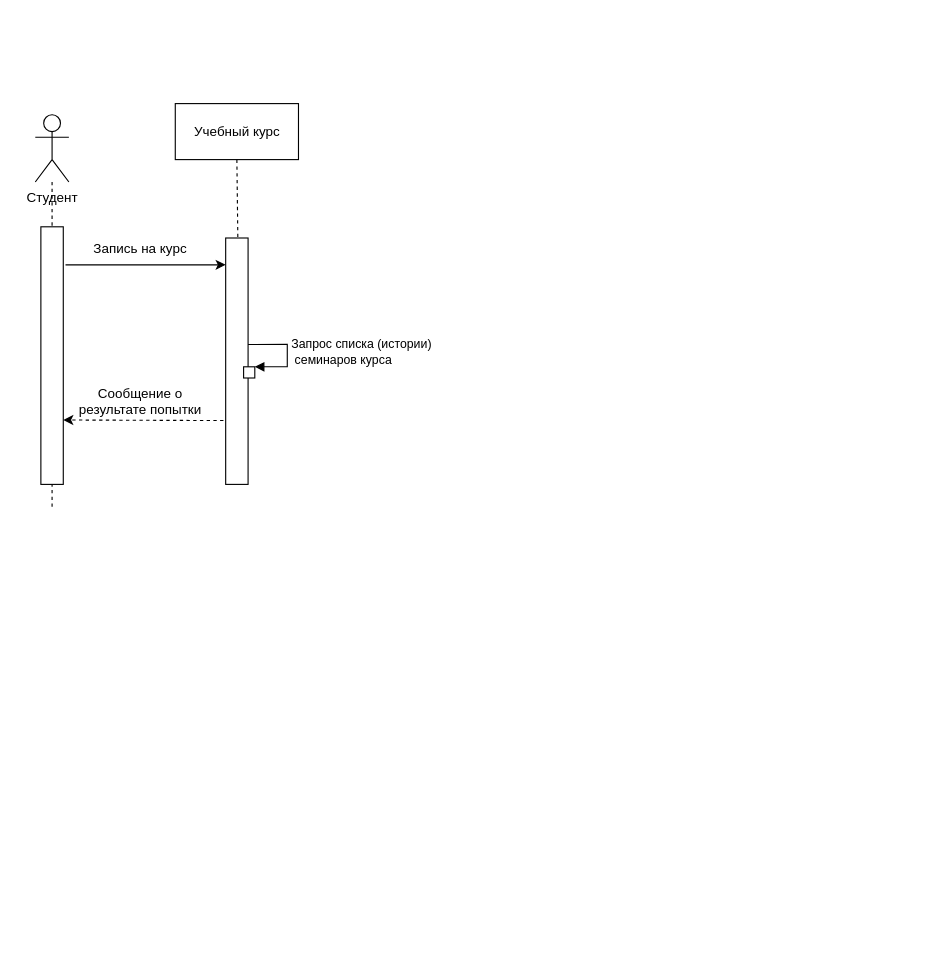
Before: 4 практическая АКМ.drawio in Merfarion/Diagrams-and-schemes, a draw.io diagram. Source tidied: cells renumbered, new cells numbered last; positions are measured from the earlier drawing's top-left corner, leaving out a move shared by most shapes. Both pictures are drawn from the tidied source at 112%, with x=0, y=0 at pixel (35, 103).
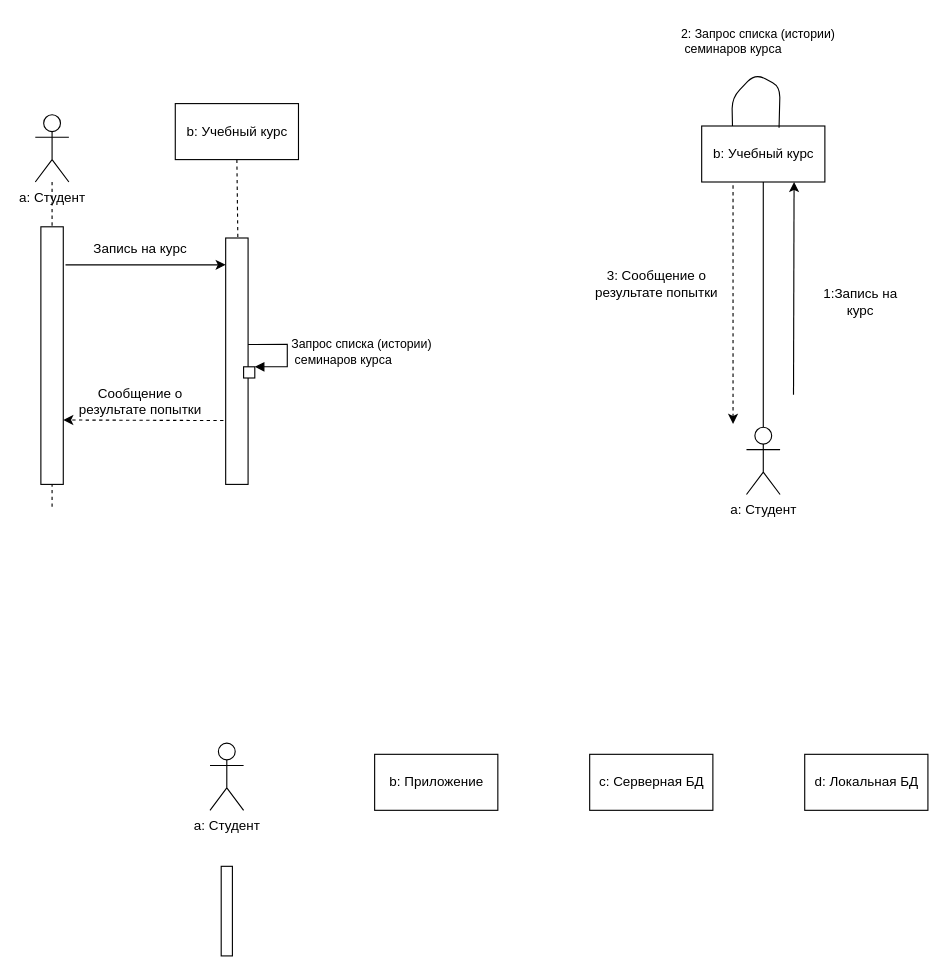
After the change.

Change to the diagram source:
```diff
@@
-    <mxCell id="3" value="Студент&lt;br&gt;" style="shape=umlActor;verticalLabelPosition=bottom;verticalAlign=top;html=1;outlineConnect=0;" parent="1" vertex="1">
+    <mxCell id="3" value="а: Студент" style="shape=umlActor;verticalLabelPosition=bottom;verticalAlign=top;html=1;outlineConnect=0;" parent="1" vertex="1">
       <mxGeometry y="10" width="30" height="60" as="geometry" />
     </mxCell>
@@
-    <mxCell id="7" value="Учебный курс" style="html=1;" parent="1" vertex="1">
+    <mxCell id="7" value="b: Учебный курс" style="html=1;" parent="1" vertex="1">
       <mxGeometry x="125" width="110" height="50" as="geometry" />
     </mxCell>
@@
+    <mxCell id="15" value="а: Студент" style="shape=umlActor;verticalLabelPosition=bottom;verticalAlign=top;html=1;outlineConnect=0;" parent="1" vertex="1">
+      <mxGeometry x="635" y="289" width="30" height="60" as="geometry" />
+    </mxCell>
+    <mxCell id="16" value="b: Учебный курс" style="html=1;" parent="1" vertex="1">
+      <mxGeometry x="595" y="20" width="110" height="50" as="geometry" />
+    </mxCell>
+    <mxCell id="17" style="endArrow=none;html=1;strokeWidth=1;entryX=0.5;entryY=1;entryDx=0;entryDy=0;exitX=0.5;exitY=0;exitDx=0;exitDy=0;exitPerimeter=0;" parent="1" edge="1" source="15" target="16">
+      <mxGeometry relative="1" as="geometry" />
+    </mxCell>
+    <mxCell id="18" style="endArrow=classic;html=1;strokeWidth=1;entryX=0.75;entryY=1;entryDx=0;entryDy=0;" parent="1" edge="1" target="16">
+      <mxGeometry relative="1" as="geometry">
+        <mxPoint x="677" y="260" as="sourcePoint" />
+      </mxGeometry>
+    </mxCell>
+    <mxCell id="19" value="1:Запись на курс" style="text;html=1;strokeColor=none;fillColor=none;align=center;verticalAlign=middle;whiteSpace=wrap;rounded=0;" parent="1" vertex="1">
+      <mxGeometry x="693" y="167" width="88" height="20" as="geometry" />
+    </mxCell>
+    <mxCell id="20" style="endArrow=classic;html=1;strokeWidth=1;dashed=1;" parent="1" edge="1">
+      <mxGeometry relative="1" as="geometry">
+        <mxPoint x="623" y="73" as="sourcePoint" />
+        <mxPoint x="623" y="286" as="targetPoint" />
+      </mxGeometry>
+    </mxCell>
+    <mxCell id="21" value="3: Сообщение о результате попытки" style="text;html=1;strokeColor=none;fillColor=none;align=center;verticalAlign=middle;whiteSpace=wrap;rounded=0;" parent="1" vertex="1">
+      <mxGeometry x="499" y="151" width="112" height="20" as="geometry" />
+    </mxCell>
+    <mxCell id="22" style="endArrow=none;html=1;strokeWidth=1;exitX=0.25;exitY=0;exitDx=0;exitDy=0;entryX=0.628;entryY=0.033;entryDx=0;entryDy=0;entryPerimeter=0;" parent="1" edge="1" source="16" target="16">
+      <mxGeometry relative="1" as="geometry">
+        <Array as="points">
+          <mxPoint x="622" y="-5" />
+          <mxPoint x="643" y="-27" />
+          <mxPoint x="665" y="-15" />
+        </Array>
+      </mxGeometry>
+    </mxCell>
+    <mxCell id="23" value="&lt;div style=&quot;color: rgb(0 , 0 , 0) ; font-family: &amp;#34;helvetica&amp;#34; ; font-size: 11px ; font-style: normal ; font-weight: 400 ; letter-spacing: normal ; text-align: left ; text-indent: 0px ; text-transform: none ; word-spacing: 0px&quot;&gt;2: Запрос списка (истории)&lt;/div&gt;&lt;div style=&quot;color: rgb(0 , 0 , 0) ; font-family: &amp;#34;helvetica&amp;#34; ; font-size: 11px ; font-style: normal ; font-weight: 400 ; letter-spacing: normal ; text-align: left ; text-indent: 0px ; text-transform: none ; word-spacing: 0px&quot;&gt;&amp;nbsp;семинаров курса&lt;/div&gt;" style="text;whiteSpace=wrap;html=1;" parent="1" vertex="1">
+      <mxGeometry x="575" y="-75" width="143" height="40" as="geometry" />
+    </mxCell>
+    <mxCell id="24" value="а: Студент" style="shape=umlActor;verticalLabelPosition=bottom;verticalAlign=top;html=1;" parent="1" vertex="1">
+      <mxGeometry x="156" y="571" width="30" height="60" as="geometry" />
+    </mxCell>
+    <mxCell id="25" value="b: Приложение" style="html=1;" parent="1" vertex="1">
+      <mxGeometry x="303" y="581" width="110" height="50" as="geometry" />
+    </mxCell>
+    <mxCell id="26" value="c: Серверная БД" style="html=1;" parent="1" vertex="1">
+      <mxGeometry x="495" y="581" width="110" height="50" as="geometry" />
+    </mxCell>
+    <mxCell id="27" value="d: Локальная БД" style="html=1;" parent="1" vertex="1">
+      <mxGeometry x="687" y="581" width="110" height="50" as="geometry" />
+    </mxCell>
+    <mxCell id="28" style="html=1;perimeter=orthogonalPerimeter;" parent="1" vertex="1">
+      <mxGeometry x="166" y="681" width="10" height="80" as="geometry" />
+    </mxCell>
```
